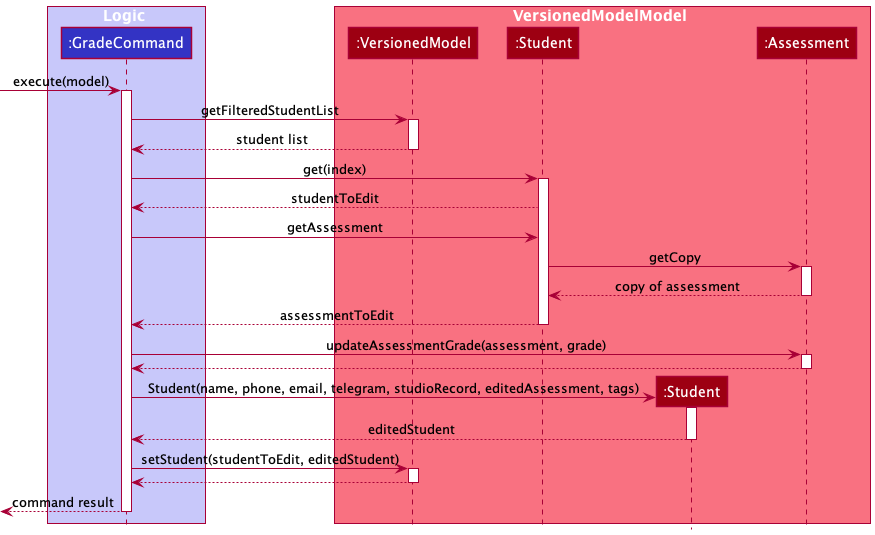
The PlantUML diagram docs/images/dg/logic/commands/gradecommand/GradeCommandSequenceDiagram.png in nus-cs2103-AY2122S1/tp, before a commit. Source of this version:
```plantuml
@startuml
!include ../../../style.puml

box Logic LOGIC_COLOR_T1
participant ":GradeCommand" as GradeCommand LOGIC_COLOR
end box

box VersionedModelModel MODEL_COLOR_T1
participant ":VersionedModel" as ModelManager MODEL_COLOR
participant ":Student" as Student MODEL_COLOR
participant ":Student" as EditedStudent MODEL_COLOR
participant ":Assessment" as Assessment MODEL_COLOR
end box

[-> GradeCommand ++ : execute(model)

GradeCommand -> ModelManager ++ : getFilteredStudentList
ModelManager --> GradeCommand -- : student list

GradeCommand -> Student ++ : get(index)
Student --> GradeCommand : studentToEdit
GradeCommand -> Student : getAssessment
Student -> Assessment ++ : getCopy
Assessment --> Student -- : copy of assessment
Student --> GradeCommand -- : assessmentToEdit
GradeCommand -> Assessment ++ : updateAssessmentGrade(assessment, grade)
Assessment --> GradeCommand -- :

create EditedStudent
GradeCommand -> EditedStudent ++ : Student(name, phone, email, telegram, studioRecord, editedAssessment, tags)
EditedStudent --> GradeCommand -- : editedStudent
GradeCommand -> ModelManager ++ : setStudent(studentToEdit, editedStudent)
ModelManager --> GradeCommand -- :

[<-- GradeCommand -- : command result

@enduml
```
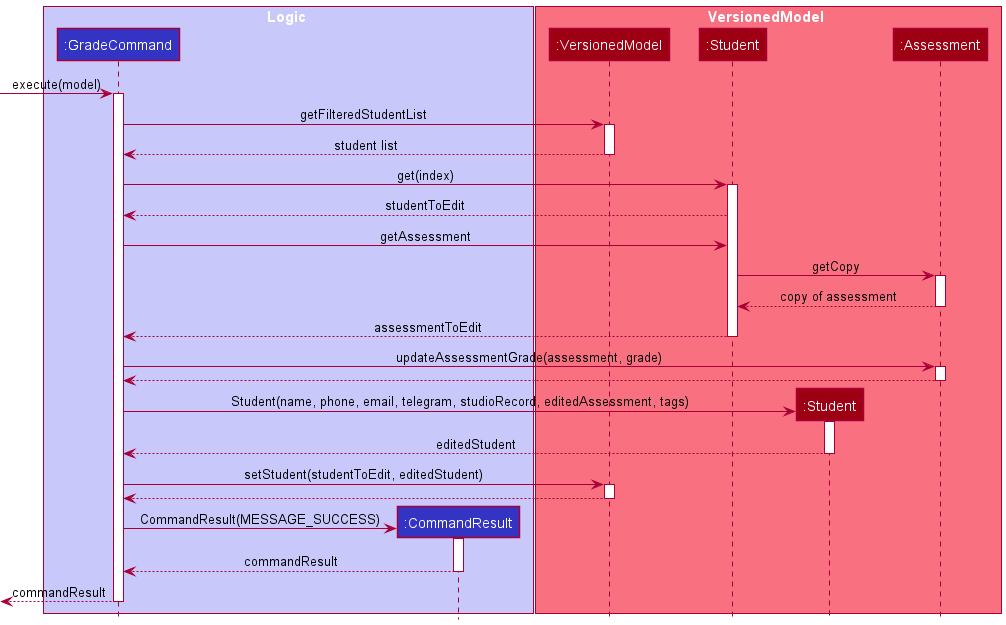
After the change.

Commit message:
Add and edit UML diagrams for Tag, Grade, Filter

What changed in the source:
```diff
@@ -3,9 +3,10 @@
 
 box Logic LOGIC_COLOR_T1
 participant ":GradeCommand" as GradeCommand LOGIC_COLOR
+participant ":CommandResult" as CommandResult LOGIC_COLOR
 end box
 
-box VersionedModelModel MODEL_COLOR_T1
+box VersionedModel MODEL_COLOR_T1
 participant ":VersionedModel" as ModelManager MODEL_COLOR
 participant ":Student" as Student MODEL_COLOR
 participant ":Student" as EditedStudent MODEL_COLOR
@@ -32,6 +33,10 @@
 GradeCommand -> ModelManager ++ : setStudent(studentToEdit, editedStudent)
 ModelManager --> GradeCommand -- :
 
-[<-- GradeCommand -- : command result
+create CommandResult
+GradeCommand -> CommandResult ++ : CommandResult(MESSAGE_SUCCESS)
+CommandResult --> GradeCommand -- : commandResult
+
+[<-- GradeCommand -- : commandResult
 
 @enduml
```
